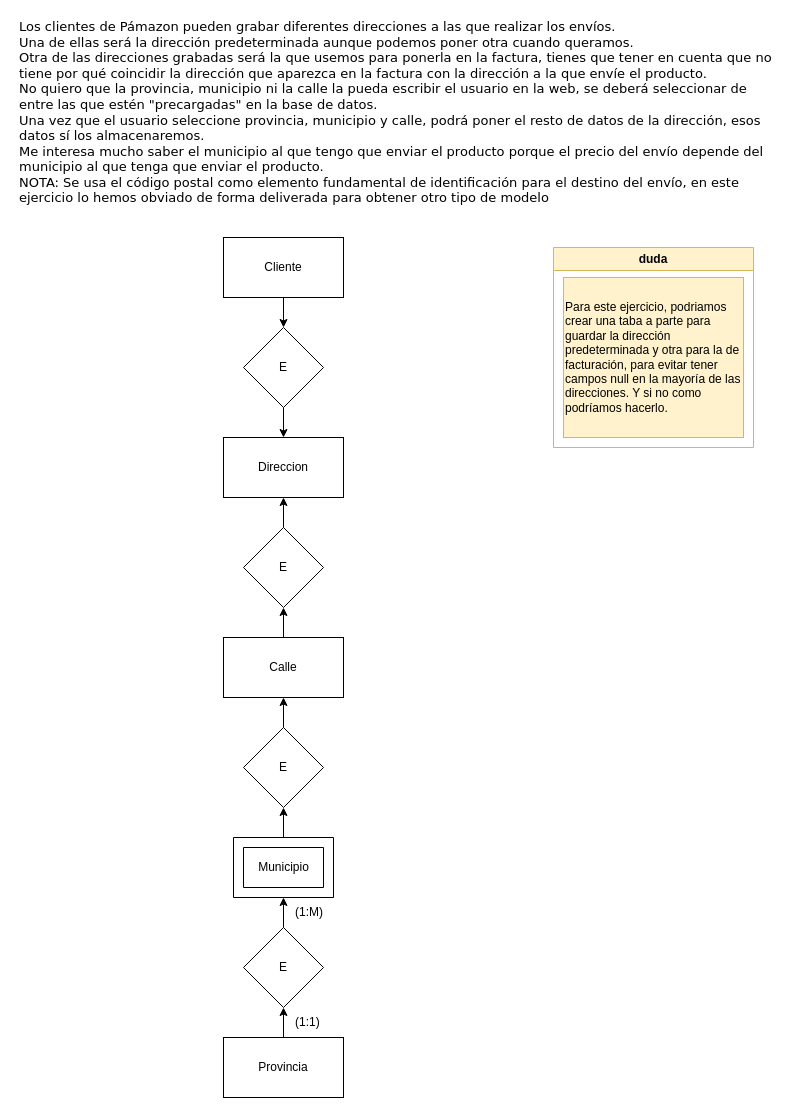
Above: drawio/Ejer8-1.drawio in DiEgOfercri/Modelos-BBDD (draw.io), before the change. Source tidied: cells renumbered, new cells numbered last; positions are measured from the earlier drawing's top-left corner, leaving out a move shared by most shapes. Both pictures are drawn from the tidied source at 100%, with x=0, y=0 at pixel (17, 17).
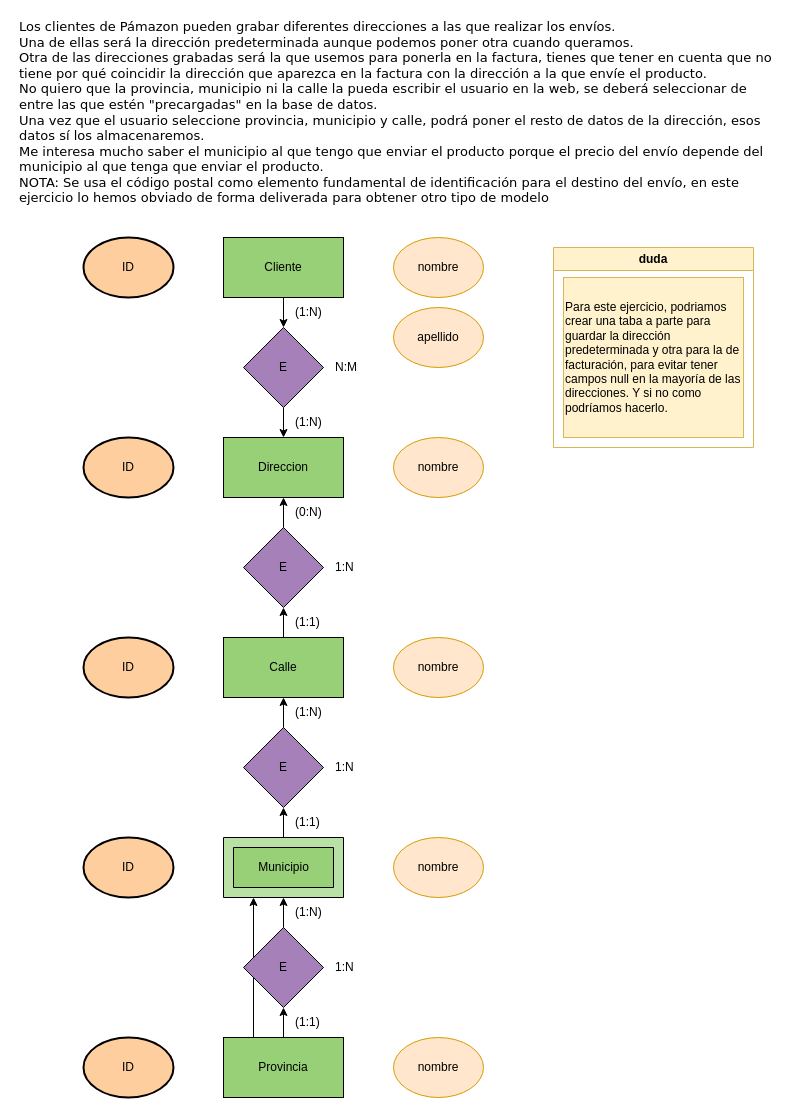
Above is the later version.

The edit, as a diff of the source:
```diff
@@
+    <mxCell id="26" style="edgeStyle=orthogonalEdgeStyle;rounded=0;jettySize=auto;html=1;exitX=0.25;exitY=0;exitDx=0;exitDy=0;entryX=0;entryY=0;entryDx=30;entryDy=60;entryPerimeter=0;" parent="1" edge="1" source="11" target="21">
+      <mxGeometry relative="1" as="geometry" />
+    </mxCell>
@@
-    <mxCell id="6" value="Cliente" style="rounded=0;whiteSpace=wrap;html=1;" parent="1" vertex="1">
+    <mxCell id="6" value="Cliente" style="rounded=0;whiteSpace=wrap;html=1;fillColor=#97D077;" parent="1" vertex="1">
       <mxGeometry x="206" y="220" width="120" height="60" as="geometry" />
     </mxCell>
-    <mxCell id="7" value="Direccion" style="rounded=0;whiteSpace=wrap;html=1;" parent="1" vertex="1">
+    <mxCell id="7" value="Direccion" style="rounded=0;whiteSpace=wrap;html=1;fillColor=#97D077;" parent="1" vertex="1">
       <mxGeometry x="206" y="420" width="120" height="60" as="geometry" />
     </mxCell>
@@
-    <mxCell id="9" value="Calle" style="rounded=0;whiteSpace=wrap;html=1;" parent="1" vertex="1">
+    <mxCell id="9" value="Calle" style="rounded=0;whiteSpace=wrap;html=1;fillColor=#97D077;" parent="1" vertex="1">
       <mxGeometry x="206" y="620" width="120" height="60" as="geometry" />
     </mxCell>
@@
-    <mxCell id="11" value="Provincia" style="rounded=0;whiteSpace=wrap;html=1;" parent="1" vertex="1">
+    <mxCell id="11" value="Provincia" style="rounded=0;whiteSpace=wrap;html=1;fillColor=#97D077;" parent="1" vertex="1">
       <mxGeometry x="206" y="1020" width="120" height="60" as="geometry" />
     </mxCell>
@@
-    <mxCell id="13" value="E" style="rhombus;whiteSpace=wrap;html=1;" parent="1" vertex="1">
+    <mxCell id="13" value="E" style="rhombus;whiteSpace=wrap;html=1;fillColor=#A680B8;" parent="1" vertex="1">
       <mxGeometry x="226" y="510" width="80" height="80" as="geometry" />
     </mxCell>
@@
-    <mxCell id="15" value="E" style="rhombus;whiteSpace=wrap;html=1;" parent="1" vertex="1">
+    <mxCell id="15" value="E" style="rhombus;whiteSpace=wrap;html=1;fillColor=#A680B8;" parent="1" vertex="1">
       <mxGeometry x="226" y="310" width="80" height="80" as="geometry" />
     </mxCell>
@@
-    <mxCell id="17" value="E" style="rhombus;whiteSpace=wrap;html=1;" parent="1" vertex="1">
+    <mxCell id="17" value="E" style="rhombus;whiteSpace=wrap;html=1;fillColor=#A680B8;" parent="1" vertex="1">
       <mxGeometry x="226" y="710" width="80" height="80" as="geometry" />
     </mxCell>
@@
-    <mxCell id="19" value="E" style="rhombus;whiteSpace=wrap;html=1;" parent="1" vertex="1">
+    <mxCell id="19" value="E" style="rhombus;whiteSpace=wrap;html=1;fillColor=#A680B8;" parent="1" vertex="1">
       <mxGeometry x="226" y="910" width="80" height="80" as="geometry" />
     </mxCell>
-    <mxCell id="20" style="group;" parent="1" vertex="1">
-      <mxGeometry x="216" y="820" width="100" height="60" as="geometry" />
+    <mxCell id="20" style="group;fillColor=#97D077;" parent="1" vertex="1">
+      <mxGeometry x="216" y="820" width="110" height="60" as="geometry" />
     </mxCell>
-    <mxCell id="21" style="verticalLabelPosition=bottom;verticalAlign=top;html=1;shape=mxgraph.basic.frame;dx=10;whiteSpace=wrap;" parent="20" vertex="1">
-      <mxGeometry width="100" height="60" as="geometry" />
+    <mxCell id="21" style="verticalLabelPosition=bottom;verticalAlign=top;html=1;shape=mxgraph.basic.frame;dx=10;whiteSpace=wrap;fillColor=#B9E0A5;" parent="20" vertex="1">
+      <mxGeometry x="-10" width="120" height="60" as="geometry" />
     </mxCell>
@@
-    <mxCell id="25" value="(1:M)" style="text;html=1;strokeColor=none;fillColor=none;align=left;verticalAlign=middle;whiteSpace=wrap;rounded=0;" parent="1" vertex="1">
+    <mxCell id="25" value="(1:N)" style="text;html=1;strokeColor=none;fillColor=none;align=left;verticalAlign=middle;whiteSpace=wrap;rounded=0;" parent="1" vertex="1">
       <mxGeometry x="276" y="880" width="60" height="30" as="geometry" />
     </mxCell>
+    <mxCell id="27" value="1:N" style="text;html=1;strokeColor=none;fillColor=none;align=left;verticalAlign=middle;whiteSpace=wrap;rounded=0;" parent="1" vertex="1">
+      <mxGeometry x="316" y="935" width="60" height="30" as="geometry" />
+    </mxCell>
+    <mxCell id="28" value="(1:1)" style="text;html=1;strokeColor=none;fillColor=none;align=left;verticalAlign=middle;whiteSpace=wrap;rounded=0;" parent="1" vertex="1">
+      <mxGeometry x="276" y="790" width="60" height="30" as="geometry" />
+    </mxCell>
+    <mxCell id="29" value="(1:N)" style="text;html=1;strokeColor=none;fillColor=none;align=left;verticalAlign=middle;whiteSpace=wrap;rounded=0;" parent="1" vertex="1">
+      <mxGeometry x="276" y="680" width="60" height="30" as="geometry" />
+    </mxCell>
+    <mxCell id="30" value="1:N" style="text;html=1;strokeColor=none;fillColor=none;align=left;verticalAlign=middle;whiteSpace=wrap;rounded=0;" parent="1" vertex="1">
+      <mxGeometry x="316" y="735" width="60" height="30" as="geometry" />
+    </mxCell>
+    <mxCell id="31" value="(1:1)" style="text;html=1;strokeColor=none;fillColor=none;align=left;verticalAlign=middle;whiteSpace=wrap;rounded=0;" parent="1" vertex="1">
+      <mxGeometry x="276" y="590" width="60" height="30" as="geometry" />
+    </mxCell>
+    <mxCell id="32" value="(0:N)" style="text;html=1;strokeColor=none;fillColor=none;align=left;verticalAlign=middle;whiteSpace=wrap;rounded=0;" parent="1" vertex="1">
+      <mxGeometry x="276" y="480" width="60" height="30" as="geometry" />
+    </mxCell>
+    <mxCell id="33" value="1:N" style="text;html=1;strokeColor=none;fillColor=none;align=left;verticalAlign=middle;whiteSpace=wrap;rounded=0;" parent="1" vertex="1">
+      <mxGeometry x="316" y="535" width="60" height="30" as="geometry" />
+    </mxCell>
+    <mxCell id="34" value="(1:N)" style="text;html=1;strokeColor=none;fillColor=none;align=left;verticalAlign=middle;whiteSpace=wrap;rounded=0;" parent="1" vertex="1">
+      <mxGeometry x="276" y="390" width="60" height="30" as="geometry" />
+    </mxCell>
+    <mxCell id="35" value="(1:N)" style="text;html=1;strokeColor=none;fillColor=none;align=left;verticalAlign=middle;whiteSpace=wrap;rounded=0;" parent="1" vertex="1">
+      <mxGeometry x="276" y="280" width="60" height="30" as="geometry" />
+    </mxCell>
+    <mxCell id="36" value="N:M" style="text;html=1;strokeColor=none;fillColor=none;align=left;verticalAlign=middle;whiteSpace=wrap;rounded=0;" parent="1" vertex="1">
+      <mxGeometry x="316" y="335" width="60" height="30" as="geometry" />
+    </mxCell>
+    <mxCell id="37" value="ID" style="ellipse;whiteSpace=wrap;html=1;strokeWidth=2;fillColor=#FFCE9F;" parent="1" vertex="1">
+      <mxGeometry x="66" y="220" width="90" height="60" as="geometry" />
+    </mxCell>
+    <mxCell id="38" value="apellido" style="ellipse;whiteSpace=wrap;html=1;strokeWidth=1;fillColor=#ffe6cc;strokeColor=#d79b00;" parent="1" vertex="1">
+      <mxGeometry x="376" y="290" width="90" height="60" as="geometry" />
+    </mxCell>
+    <mxCell id="39" value="nombre" style="ellipse;whiteSpace=wrap;html=1;strokeWidth=1;fillColor=#ffe6cc;strokeColor=#d79b00;" parent="1" vertex="1">
+      <mxGeometry x="376" y="220" width="90" height="60" as="geometry" />
+    </mxCell>
+    <mxCell id="40" value="ID" style="ellipse;whiteSpace=wrap;html=1;strokeWidth=2;fillColor=#FFCE9F;" parent="1" vertex="1">
+      <mxGeometry x="66" y="420" width="90" height="60" as="geometry" />
+    </mxCell>
+    <mxCell id="41" value="nombre" style="ellipse;whiteSpace=wrap;html=1;strokeWidth=1;fillColor=#ffe6cc;strokeColor=#d79b00;" parent="1" vertex="1">
+      <mxGeometry x="376" y="420" width="90" height="60" as="geometry" />
+    </mxCell>
+    <mxCell id="42" value="ID" style="ellipse;whiteSpace=wrap;html=1;strokeWidth=2;fillColor=#FFCE9F;" parent="1" vertex="1">
+      <mxGeometry x="66" y="620" width="90" height="60" as="geometry" />
+    </mxCell>
+    <mxCell id="43" value="nombre" style="ellipse;whiteSpace=wrap;html=1;strokeWidth=1;fillColor=#ffe6cc;strokeColor=#d79b00;" parent="1" vertex="1">
+      <mxGeometry x="376" y="620" width="90" height="60" as="geometry" />
+    </mxCell>
+    <mxCell id="44" value="ID" style="ellipse;whiteSpace=wrap;html=1;strokeWidth=2;fillColor=#FFCE9F;" parent="1" vertex="1">
+      <mxGeometry x="66" y="820" width="90" height="60" as="geometry" />
+    </mxCell>
+    <mxCell id="45" value="nombre" style="ellipse;whiteSpace=wrap;html=1;strokeWidth=1;fillColor=#ffe6cc;strokeColor=#d79b00;" parent="1" vertex="1">
+      <mxGeometry x="376" y="820" width="90" height="60" as="geometry" />
+    </mxCell>
+    <mxCell id="46" value="ID" style="ellipse;whiteSpace=wrap;html=1;strokeWidth=2;fillColor=#FFCE9F;" parent="1" vertex="1">
+      <mxGeometry x="66" y="1020" width="90" height="60" as="geometry" />
+    </mxCell>
+    <mxCell id="47" value="nombre" style="ellipse;whiteSpace=wrap;html=1;strokeWidth=1;fillColor=#ffe6cc;strokeColor=#d79b00;" parent="1" vertex="1">
+      <mxGeometry x="376" y="1020" width="90" height="60" as="geometry" />
+    </mxCell>
```
